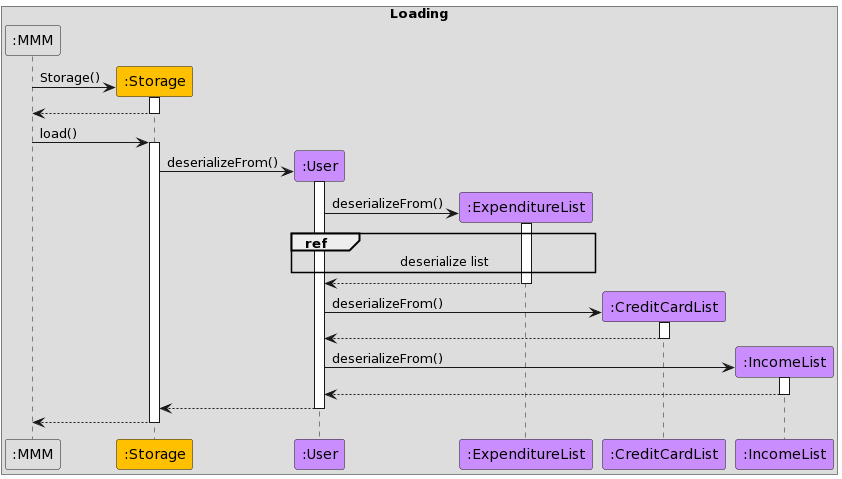
nus-cs2113-AY2122S2/tp keeps this PlantUML diagram as docs/images/Loading_Sequence_Diagram.png. Above is the earlier version.
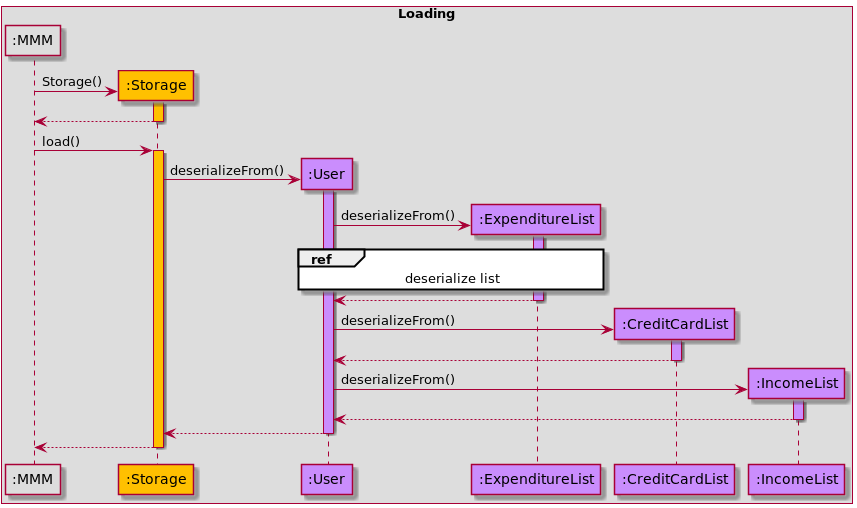
After the commit.

Commit message:
Update load/store diagrams

Diff of the diagram source:
```diff
@@ -1,19 +1,5 @@
 @startuml
-!define LOGIC_COLOR #3333C4
-!define LOGIC_COLOR_T1 #7777DB
-!define LOGIC_COLOR_T2 #5252CE
-!define LOGIC_COLOR_T3 #1616B0
-!define LOGIC_COLOR_T4 #101086
-
-!define MMM_COLOUR #dddddd
-!define PARSER_COLOUR #00b0f0
-!define UI_COLOUR #92d050
-!define COMMANDS_COLOUR #ff5050
-!define STORAGE_COLOUR #ffc000
-!define HELPER_COLOUR #e6d6c2
-!define USERFINANCIAL_COLOUR #ca8dfd
-!define DATA_COLOUR #aeed00
-
+!include Style.puml
 
 box Loading
 participant ":MMM" as MMM MMM_COLOUR
@@ -25,21 +11,22 @@
 end box
 
 MMM -> Storage ** : Storage()
-activate Storage
+activate Storage STORAGE_COLOUR
 Storage --> MMM --
 
-MMM -> Storage ++ : load()
+MMM -> Storage : load()
+activate Storage STORAGE_COLOUR
 Storage -> User ** : deserializeFrom()
-activate User
+activate User USERFINANCIAL_COLOUR
 User -> ExpenditureList ** : deserializeFrom()
-activate ExpenditureList
+activate ExpenditureList USERFINANCIAL_COLOUR
 ref over User, ExpenditureList : deserialize list
 ExpenditureList --> User --
 User -> CreditCardList ** : deserializeFrom()
-activate CreditCardList
+activate CreditCardList USERFINANCIAL_COLOUR
 CreditCardList --> User --
 User -> IncomeList ** : deserializeFrom()
-activate IncomeList
+activate IncomeList USERFINANCIAL_COLOUR
 IncomeList --> User --
 User --> Storage --
 Storage --> MMM --
```
